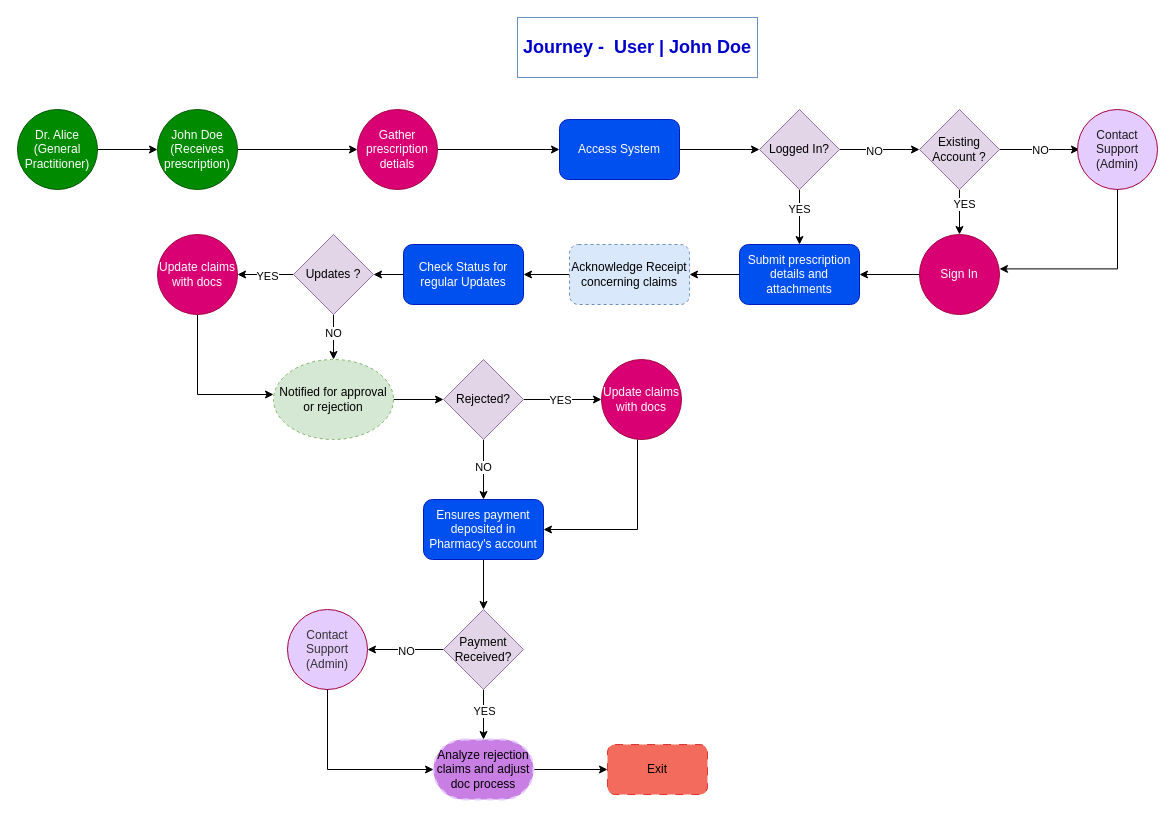
This is User John Doe Journey.drawio from dabiko/draw-io, a draw.io file, before an edit. Source tidied: cells renumbered, new cells numbered last; positions are measured from the earlier drawing's top-left corner, leaving out a move shared by most shapes. Both pictures are drawn from the tidied source at 100%, with x=0, y=0 at pixel (17, 17).
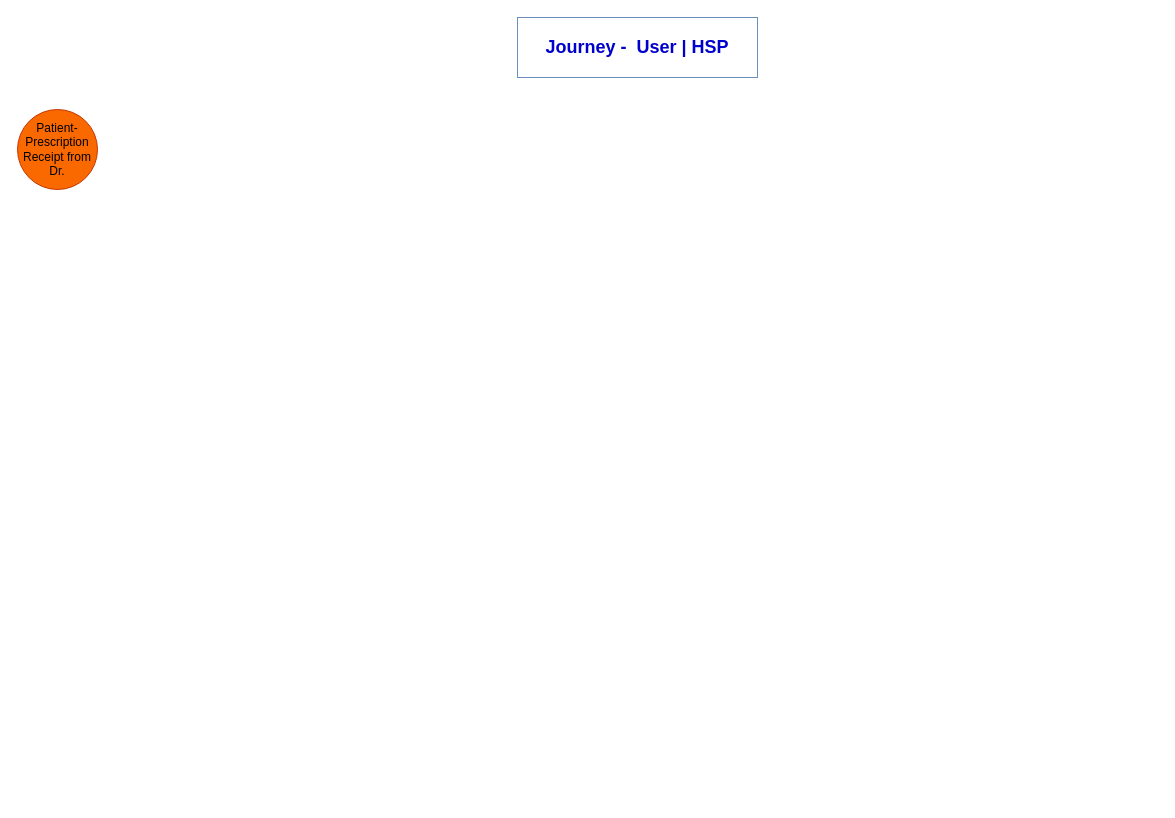
After the change.

What changed in the source:
```diff
@@
-    <mxCell id="2" value="&lt;b&gt;&lt;font style=&quot;font-size: 18px;&quot; color=&quot;#0000cc&quot;&gt;Journey -&amp;nbsp; User | John Doe&lt;/font&gt;&lt;/b&gt;" style="text;html=1;align=center;verticalAlign=middle;whiteSpace=wrap;rounded=0;fillColor=none;strokeColor=#6c8ebf;" parent="1" vertex="1">
+    <mxCell id="2" value="&lt;b&gt;&lt;font style=&quot;font-size: 18px;&quot; color=&quot;#0000cc&quot;&gt;Journey -&amp;nbsp; User | HSP&lt;/font&gt;&lt;/b&gt;" style="text;html=1;align=center;verticalAlign=middle;whiteSpace=wrap;rounded=0;fillColor=none;strokeColor=#6c8ebf;" parent="1" vertex="1">
       <mxGeometry x="500" width="240" height="60" as="geometry" />
     </mxCell>
-    <mxCell id="3" style="edgeStyle=orthogonalEdgeStyle;rounded=0;jettySize=auto;html=1;" parent="1" edge="1" source="4" target="55">
-      <mxGeometry relative="1" as="geometry" />
-    </mxCell>
-    <mxCell id="4" value="&lt;div style=&quot;&quot;&gt;&lt;span style=&quot;background-color: initial;&quot;&gt;Dr. Alice (General Practitioner)&lt;/span&gt;&lt;/div&gt;" style="ellipse;whiteSpace=wrap;html=1;fillColor=#008a00;strokeColor=#005700;fontColor=#ffffff;align=center;" parent="1" vertex="1">
+    <mxCell id="4" value="&lt;div style=&quot;&quot;&gt;&lt;span style=&quot;background-color: initial;&quot;&gt;Patient-&lt;/span&gt;&lt;/div&gt;&lt;div style=&quot;&quot;&gt;&lt;span style=&quot;background-color: initial;&quot;&gt;Prescription Receipt from Dr.&lt;br&gt;&lt;/span&gt;&lt;/div&gt;" style="ellipse;whiteSpace=wrap;html=1;fillColor=#fa6800;strokeColor=#C73500;fontColor=#000000;align=center;" parent="1" vertex="1">
       <mxGeometry y="92" width="80" height="80" as="geometry" />
     </mxCell>
-    <mxCell id="5" style="edgeStyle=orthogonalEdgeStyle;rounded=0;jettySize=auto;html=1;" parent="1" edge="1" source="6" target="8">
-      <mxGeometry relative="1" as="geometry" />
-    </mxCell>
-    <mxCell id="6" value="Gather prescription detials" style="ellipse;whiteSpace=wrap;html=1;fillColor=#d80073;strokeColor=#A50040;fontColor=#ffffff;" parent="1" vertex="1">
-      <mxGeometry x="340" y="92" width="80" height="80" as="geometry" />
-    </mxCell>
-    <mxCell id="7" style="edgeStyle=orthogonalEdgeStyle;rounded=0;jettySize=auto;html=1;" parent="1" edge="1" source="8" target="13">
-      <mxGeometry relative="1" as="geometry" />
-    </mxCell>
-    <mxCell id="8" value="Access System" style="rounded=1;whiteSpace=wrap;html=1;fillColor=#0050ef;fontColor=#ffffff;strokeColor=#001DBC;" parent="1" vertex="1">
-      <mxGeometry x="542" y="102" width="120" height="60" as="geometry" />
-    </mxCell>
-    <mxCell id="9" style="edgeStyle=orthogonalEdgeStyle;rounded=0;jettySize=auto;html=1;" parent="1" edge="1" source="13" target="18">
-      <mxGeometry relative="1" as="geometry" />
-    </mxCell>
-    <mxCell id="10" value="NO" style="edgeLabel;html=1;align=center;verticalAlign=middle;" parent="9" vertex="1">
-      <mxGeometry x="-0.17" y="-1" relative="1" as="geometry">
-        <mxPoint x="1" as="offset" />
-      </mxGeometry>
-    </mxCell>
-    <mxCell id="11" style="edgeStyle=orthogonalEdgeStyle;rounded=0;jettySize=auto;html=1;" parent="1" edge="1" source="13" target="23">
-      <mxGeometry relative="1" as="geometry" />
-    </mxCell>
-    <mxCell id="12" value="YES" style="edgeLabel;html=1;align=center;verticalAlign=middle;" parent="11" vertex="1">
-      <mxGeometry x="-0.31" y="-1" relative="1" as="geometry" />
-    </mxCell>
-    <mxCell id="13" value="Logged In?" style="rhombus;whiteSpace=wrap;html=1;fillColor=#e1d5e7;strokeColor=#9673a6;" parent="1" vertex="1">
-      <mxGeometry x="742" y="92" width="80" height="80" as="geometry" />
-    </mxCell>
-    <mxCell id="14" style="edgeStyle=orthogonalEdgeStyle;rounded=0;jettySize=auto;html=1;" parent="1" edge="1" source="18">
-      <mxGeometry relative="1" as="geometry">
-        <mxPoint x="1062" y="132" as="targetPoint" />
-      </mxGeometry>
-    </mxCell>
-    <mxCell id="15" value="NO" style="edgeLabel;html=1;align=center;verticalAlign=middle;" parent="14" vertex="1">
-      <mxGeometry x="0.04" relative="1" as="geometry">
-        <mxPoint x="-1" as="offset" />
-      </mxGeometry>
-    </mxCell>
-    <mxCell id="16" style="edgeStyle=orthogonalEdgeStyle;rounded=0;jettySize=auto;html=1;" parent="1" edge="1" source="18" target="21">
-      <mxGeometry relative="1" as="geometry" />
-    </mxCell>
-    <mxCell id="17" value="YES" style="edgeLabel;html=1;align=center;verticalAlign=middle;" parent="16" vertex="1">
-      <mxGeometry x="-0.37" y="4" relative="1" as="geometry" />
-    </mxCell>
-    <mxCell id="18" value="Existing Account ?" style="rhombus;whiteSpace=wrap;html=1;fillColor=#e1d5e7;strokeColor=#9673a6;" parent="1" vertex="1">
-      <mxGeometry x="902" y="92" width="80" height="80" as="geometry" />
-    </mxCell>
-    <mxCell id="19" value="&lt;font color=&quot;#1a1a1a&quot;&gt;Contact Support (Admin)&lt;/font&gt;" style="ellipse;whiteSpace=wrap;html=1;fillColor=#E5CCFF;strokeColor=#A50040;fontColor=#ffffff;" parent="1" vertex="1">
-      <mxGeometry x="1060" y="92" width="80" height="80" as="geometry" />
-    </mxCell>
-    <mxCell id="20" style="edgeStyle=orthogonalEdgeStyle;rounded=0;jettySize=auto;html=1;" parent="1" edge="1" source="21" target="23">
-      <mxGeometry relative="1" as="geometry" />
-    </mxCell>
-    <mxCell id="21" value="Sign In" style="ellipse;whiteSpace=wrap;html=1;fillColor=#d80073;strokeColor=#A50040;fontColor=#ffffff;" parent="1" vertex="1">
-      <mxGeometry x="902" y="217" width="80" height="80" as="geometry" />
-    </mxCell>
-    <mxCell id="22" style="edgeStyle=orthogonalEdgeStyle;rounded=0;jettySize=auto;html=1;" parent="1" edge="1" source="23" target="25">
-      <mxGeometry relative="1" as="geometry" />
-    </mxCell>
-    <mxCell id="23" value="Submit prescription details and attachments" style="rounded=1;whiteSpace=wrap;html=1;fillColor=#0050ef;fontColor=#ffffff;strokeColor=#001DBC;" parent="1" vertex="1">
-      <mxGeometry x="722" y="227" width="120" height="60" as="geometry" />
-    </mxCell>
-    <mxCell id="24" style="edgeStyle=orthogonalEdgeStyle;rounded=0;jettySize=auto;html=1;" parent="1" edge="1" source="25" target="27">
-      <mxGeometry relative="1" as="geometry" />
-    </mxCell>
-    <mxCell id="25" value="Acknowledge Receipt concerning claims" style="rounded=1;whiteSpace=wrap;html=1;fillColor=#dae8fc;strokeColor=#6c8ebf;dashed=1;" parent="1" vertex="1">
-      <mxGeometry x="552" y="227" width="120" height="60" as="geometry" />
-    </mxCell>
-    <mxCell id="26" style="edgeStyle=orthogonalEdgeStyle;rounded=0;jettySize=auto;html=1;" parent="1" edge="1" source="27" target="32">
-      <mxGeometry relative="1" as="geometry" />
-    </mxCell>
-    <mxCell id="27" value="Check Status for regular Updates" style="rounded=1;whiteSpace=wrap;html=1;fillColor=#0050ef;fontColor=#ffffff;strokeColor=#001DBC;" parent="1" vertex="1">
-      <mxGeometry x="386" y="227" width="120" height="60" as="geometry" />
-    </mxCell>
-    <mxCell id="28" style="edgeStyle=orthogonalEdgeStyle;rounded=0;jettySize=auto;html=1;" parent="1" edge="1" source="32" target="34">
-      <mxGeometry relative="1" as="geometry" />
-    </mxCell>
-    <mxCell id="29" value="YES" style="edgeLabel;html=1;align=center;verticalAlign=middle;" parent="28" vertex="1">
-      <mxGeometry x="-0.03" y="1" relative="1" as="geometry" />
-    </mxCell>
-    <mxCell id="30" style="edgeStyle=orthogonalEdgeStyle;rounded=0;jettySize=auto;html=1;" parent="1" edge="1" source="32" target="36">
-      <mxGeometry relative="1" as="geometry" />
-    </mxCell>
-    <mxCell id="31" value="NO" style="edgeLabel;html=1;align=center;verticalAlign=middle;" parent="30" vertex="1">
-      <mxGeometry x="-0.2" y="-1" relative="1" as="geometry" />
-    </mxCell>
-    <mxCell id="32" value="Updates ?" style="rhombus;whiteSpace=wrap;html=1;fillColor=#e1d5e7;strokeColor=#9673a6;" parent="1" vertex="1">
-      <mxGeometry x="276" y="217" width="80" height="80" as="geometry" />
-    </mxCell>
-    <mxCell id="33" style="edgeStyle=orthogonalEdgeStyle;rounded=0;jettySize=auto;html=1;entryX=0;entryY=0.5;entryDx=0;entryDy=0;exitX=0.5;exitY=1;exitDx=0;exitDy=0;" parent="1" edge="1" source="34">
-      <mxGeometry relative="1" as="geometry">
-        <mxPoint x="256" y="377" as="targetPoint" />
-        <Array as="points">
-          <mxPoint x="180" y="377" />
-        </Array>
-      </mxGeometry>
-    </mxCell>
-    <mxCell id="34" value="Update claims with docs" style="ellipse;whiteSpace=wrap;html=1;fillColor=#d80073;strokeColor=#A50040;fontColor=#ffffff;" parent="1" vertex="1">
-      <mxGeometry x="140" y="217" width="80" height="80" as="geometry" />
-    </mxCell>
-    <mxCell id="35" style="edgeStyle=orthogonalEdgeStyle;rounded=0;jettySize=auto;html=1;" parent="1" edge="1" source="36" target="42">
-      <mxGeometry relative="1" as="geometry" />
-    </mxCell>
-    <mxCell id="36" value="Notified for approval or rejection" style="ellipse;whiteSpace=wrap;html=1;fillColor=#d5e8d4;strokeColor=#82b366;dashed=1;" parent="1" vertex="1">
-      <mxGeometry x="256" y="342" width="120" height="80" as="geometry" />
-    </mxCell>
-    <mxCell id="37" style="edgeStyle=orthogonalEdgeStyle;rounded=0;jettySize=auto;html=1;entryX=1.008;entryY=0.642;entryDx=0;entryDy=0;entryPerimeter=0;exitX=0.5;exitY=1;exitDx=0;exitDy=0;" parent="1" edge="1" source="19">
-      <mxGeometry relative="1" as="geometry">
-        <mxPoint x="982" y="251.4" as="targetPoint" />
-        <Array as="points">
-          <mxPoint x="1100" y="251" />
-        </Array>
-      </mxGeometry>
-    </mxCell>
-    <mxCell id="38" style="edgeStyle=orthogonalEdgeStyle;rounded=0;jettySize=auto;html=1;" parent="1" edge="1" source="42" target="44">
-      <mxGeometry relative="1" as="geometry" />
-    </mxCell>
-    <mxCell id="39" value="NO" style="edgeLabel;html=1;align=center;verticalAlign=middle;" parent="38" vertex="1">
-      <mxGeometry x="-0.11" y="-1" relative="1" as="geometry" />
-    </mxCell>
-    <mxCell id="40" style="edgeStyle=orthogonalEdgeStyle;rounded=0;jettySize=auto;html=1;" parent="1" edge="1" source="42" target="57">
-      <mxGeometry relative="1" as="geometry" />
-    </mxCell>
-    <mxCell id="41" value="YES" style="edgeLabel;html=1;align=center;verticalAlign=middle;" parent="40" vertex="1">
-      <mxGeometry x="-0.07" relative="1" as="geometry" />
-    </mxCell>
-    <mxCell id="42" value="Rejected?" style="rhombus;whiteSpace=wrap;html=1;fillColor=#e1d5e7;strokeColor=#9673a6;" parent="1" vertex="1">
-      <mxGeometry x="426" y="342" width="80" height="80" as="geometry" />
-    </mxCell>
-    <mxCell id="43" style="edgeStyle=orthogonalEdgeStyle;rounded=0;jettySize=auto;html=1;" parent="1" edge="1" source="44" target="49">
-      <mxGeometry relative="1" as="geometry" />
-    </mxCell>
-    <mxCell id="44" value="Ensures payment deposited in Pharmacy's account" style="rounded=1;whiteSpace=wrap;html=1;fillColor=#0050ef;fontColor=#ffffff;strokeColor=#001DBC;" parent="1" vertex="1">
-      <mxGeometry x="406" y="482" width="120" height="60" as="geometry" />
-    </mxCell>
-    <mxCell id="45" style="edgeStyle=orthogonalEdgeStyle;rounded=0;jettySize=auto;html=1;" parent="1" edge="1" source="49" target="58">
-      <mxGeometry relative="1" as="geometry" />
-    </mxCell>
-    <mxCell id="46" value="NO" style="edgeLabel;html=1;align=center;verticalAlign=middle;" parent="45" vertex="1">
-      <mxGeometry x="-0.01" y="4" relative="1" as="geometry">
-        <mxPoint y="-3" as="offset" />
-      </mxGeometry>
-    </mxCell>
-    <mxCell id="47" style="edgeStyle=orthogonalEdgeStyle;rounded=0;jettySize=auto;html=1;" parent="1" edge="1" source="49" target="51">
-      <mxGeometry relative="1" as="geometry" />
-    </mxCell>
-    <mxCell id="48" value="YES" style="edgeLabel;html=1;align=center;verticalAlign=middle;" parent="47" vertex="1">
-      <mxGeometry x="-0.18" relative="1" as="geometry" />
-    </mxCell>
-    <mxCell id="49" value="Payment Received?" style="rhombus;whiteSpace=wrap;html=1;fillColor=#e1d5e7;strokeColor=#9673a6;" parent="1" vertex="1">
-      <mxGeometry x="426" y="592" width="80" height="80" as="geometry" />
-    </mxCell>
-    <mxCell id="50" style="edgeStyle=orthogonalEdgeStyle;rounded=0;jettySize=auto;html=1;" parent="1" edge="1" source="51" target="52">
-      <mxGeometry relative="1" as="geometry" />
-    </mxCell>
-    <mxCell id="51" value="Analyze rejection claims and adjust doc process" style="strokeWidth=2;html=1;shape=mxgraph.flowchart.terminator;whiteSpace=wrap;fillColor=#c87ee3;strokeColor=#E5CCFF;dashed=1;" parent="1" vertex="1">
-      <mxGeometry x="416" y="722" width="100" height="60" as="geometry" />
-    </mxCell>
-    <mxCell id="52" value="Exit" style="rounded=1;whiteSpace=wrap;html=1;fillColor=#ef4734;strokeColor=#D71515;dashed=1;dashPattern=8 8;fillStyle=solid;gradientColor=none;opacity=80;" parent="1" vertex="1">
-      <mxGeometry x="590" y="727" width="100" height="50" as="geometry" />
-    </mxCell>
-    <mxCell id="53" style="edgeStyle=orthogonalEdgeStyle;rounded=0;jettySize=auto;html=1;" parent="1" edge="1" target="55">
-      <mxGeometry relative="1" as="geometry">
-        <mxPoint x="182" y="132" as="sourcePoint" />
-      </mxGeometry>
-    </mxCell>
-    <mxCell id="54" style="edgeStyle=orthogonalEdgeStyle;rounded=0;jettySize=auto;html=1;entryX=0;entryY=0.5;entryDx=0;entryDy=0;" parent="1" edge="1" source="55" target="6">
-      <mxGeometry relative="1" as="geometry" />
-    </mxCell>
-    <mxCell id="55" value="&lt;div style=&quot;&quot;&gt;&lt;span style=&quot;background-color: initial;&quot;&gt;John Doe (Receives prescription)&lt;/span&gt;&lt;/div&gt;" style="ellipse;whiteSpace=wrap;html=1;fillColor=#008a00;strokeColor=#005700;fontColor=#ffffff;align=center;" parent="1" vertex="1">
-      <mxGeometry x="140" y="92" width="80" height="80" as="geometry" />
-    </mxCell>
-    <mxCell id="56" style="edgeStyle=orthogonalEdgeStyle;rounded=0;jettySize=auto;html=1;entryX=1;entryY=0.5;entryDx=0;entryDy=0;" parent="1" edge="1" source="57" target="44">
-      <mxGeometry relative="1" as="geometry">
-        <Array as="points">
-          <mxPoint x="620" y="512" />
-        </Array>
-      </mxGeometry>
-    </mxCell>
-    <mxCell id="57" value="Update claims with docs" style="ellipse;whiteSpace=wrap;html=1;fillColor=#d80073;strokeColor=#A50040;fontColor=#ffffff;" parent="1" vertex="1">
-      <mxGeometry x="584" y="342" width="80" height="80" as="geometry" />
-    </mxCell>
-    <mxCell id="58" value="&lt;font color=&quot;#333333&quot;&gt;Contact Support (Admin)&lt;/font&gt;" style="ellipse;whiteSpace=wrap;html=1;fillColor=#E5CCFF;strokeColor=#A50040;fontColor=#ffffff;" parent="1" vertex="1">
-      <mxGeometry x="270" y="592" width="80" height="80" as="geometry" />
-    </mxCell>
-    <mxCell id="59" style="edgeStyle=orthogonalEdgeStyle;rounded=0;jettySize=auto;html=1;entryX=0;entryY=0.5;entryDx=0;entryDy=0;entryPerimeter=0;" parent="1" edge="1" source="58" target="51">
-      <mxGeometry relative="1" as="geometry">
-        <Array as="points">
-          <mxPoint x="310" y="752" />
-        </Array>
-      </mxGeometry>
-    </mxCell>
```
